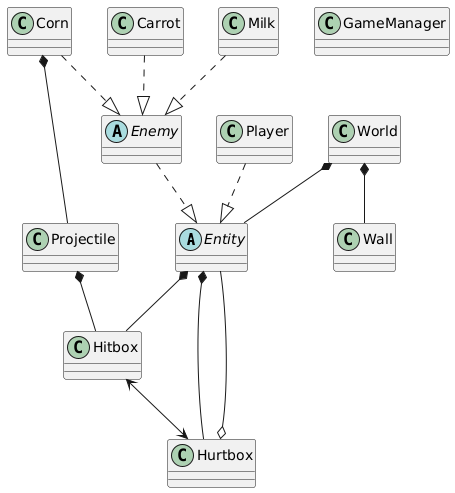
Before: diagrammeUML.png, a diagram exported from PlantUML (G-Arlabosse/JIN-Gillian-Leo).
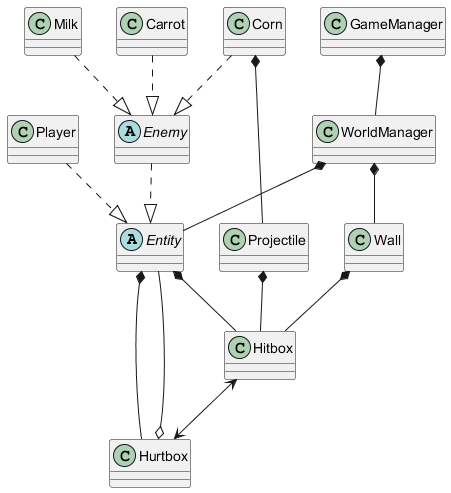
Later version of the same file.

The edit, as a diff of the source:
```diff
@@ -4,30 +4,76 @@
 {field}
 {method}
 }
-class		Player
-abstract	Enemy
-class		Corn
-class		Milk
-class		Carrot
-class		Wall
-class		World
-class		GameManager
-class		Hitbox
-class		Hurtbox
-class		Projectile
+
+class		Player{
+{field}
+{method}
+}
+
+abstract	Enemy{
+{field}
+{method}
+}
+
+class		Corn{
+{field}
+{method}
+}
+
+class		Milk{
+{field}
+{method}
+}
+
+class		Carrot{
+{field}
+{method}
+}
+
+class		Wall{
+{field}
+{method}
+}
+
+class		WorldManager{
+{field}
+{method}
+}
+
+class		GameManager{
+{field}
+{method}
+}
+
+class		Hitbox{
+{field}
+{method}
+}
+
+class		Hurtbox{
+{field}
+{method}
+}
+
+class		Projectile{
+{field}
+{method}
+}
 
 Player ..|> Entity
 Enemy ..|> Entity
 Corn ..|> Enemy
 Milk ..|> Enemy
 Carrot ..|> Enemy
-World *-- Entity
-World *-- Wall
+WorldManager *-- Entity
+WorldManager *-- Wall
+GameManager *-- WorldManager
 Entity *-- Hitbox
 Entity *-- Hurtbox
 Hurtbox o-- Entity
 Hitbox <--> Hurtbox
 Projectile *-- Hitbox
+Wall *-- Hitbox
 Corn *-- Projectile
 
 @enduml
```
